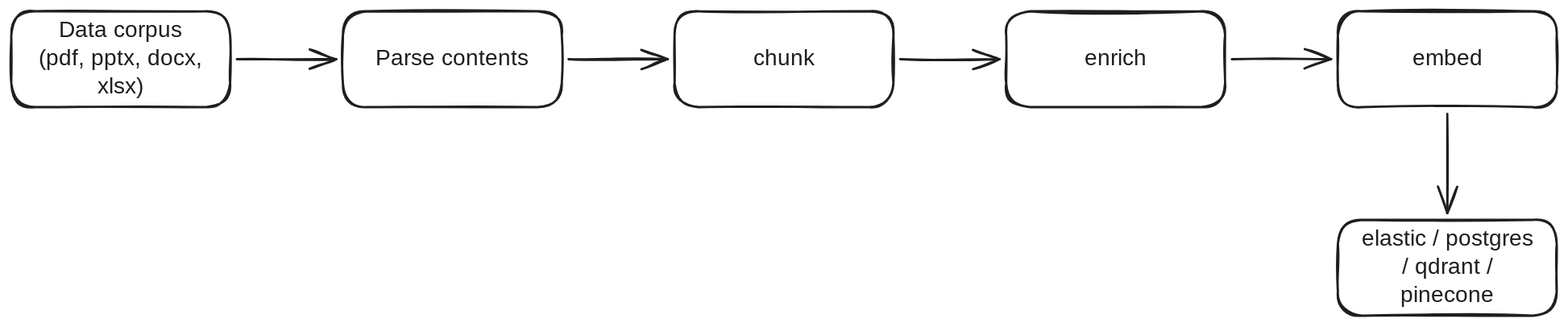
Earlier version of the Excalidraw export lakehouse/.excalidraw.svg (tshrv/lake-forge). Source tidied: one line per element, renumbered; positions are measured from the earlier drawing's top-left corner, leaving out a move shared by most shapes. Source of this version:
```json
{"id": 0, "type": "rectangle", "strokeColor": "#1e1e1e", "strokeWidth": 2, "roughness": 1, "round": true, "x": 0, "y": 0, "width": 194, "height": 85}
{"id": 1, "type": "text", "text": "Data corpus\n(pdf, pptx, docx,\nxlsx)", "strokeColor": "#1e1e1e", "strokeWidth": 2, "roughness": 1, "fontSize": 20, "fontFamily": 5, "textAlign": "center", "verticalAlign": "middle", "inside": 0, "x": 15, "y": 5, "width": 163, "height": 75}
{"id": 2, "type": "rectangle", "strokeColor": "#1e1e1e", "strokeWidth": 2, "roughness": 1, "round": true, "x": 294, "y": 0, "width": 194, "height": 85}
{"id": 3, "type": "text", "text": "Parse contents", "strokeColor": "#1e1e1e", "strokeWidth": 2, "roughness": 1, "fontSize": 20, "fontFamily": 5, "textAlign": "center", "verticalAlign": "middle", "inside": 2, "x": 316, "y": 30, "width": 149, "height": 25}
{"id": 4, "type": "arrow", "strokeColor": "#1e1e1e", "strokeWidth": 2, "roughness": 1, "endArrowhead": "arrow", "from": 0, "to": 2, "x": 200, "y": 42, "width": 88, "height": 0, "points": [[0, 0], [88, 0]]}
{"id": 5, "type": "rectangle", "strokeColor": "#1e1e1e", "strokeWidth": 2, "roughness": 1, "round": true, "x": 588, "y": 0, "width": 194, "height": 85}
{"id": 6, "type": "text", "text": "chunk", "strokeColor": "#1e1e1e", "strokeWidth": 2, "roughness": 1, "fontSize": 20, "fontFamily": 5, "textAlign": "center", "verticalAlign": "middle", "inside": 5, "x": 658, "y": 30, "width": 54, "height": 25}
{"id": 7, "type": "arrow", "strokeColor": "#1e1e1e", "strokeWidth": 2, "roughness": 1, "endArrowhead": "arrow", "from": 2, "to": 5, "x": 494, "y": 42, "width": 88, "height": 0, "points": [[0, 0], [88, 0]]}
{"id": 8, "type": "rectangle", "strokeColor": "#1e1e1e", "strokeWidth": 2, "roughness": 1, "round": true, "x": 882, "y": 0, "width": 194, "height": 85}
{"id": 9, "type": "text", "text": "enrich", "strokeColor": "#1e1e1e", "strokeWidth": 2, "roughness": 1, "fontSize": 20, "fontFamily": 5, "textAlign": "center", "verticalAlign": "middle", "inside": 8, "x": 951, "y": 30, "width": 56, "height": 25}
{"id": 10, "type": "arrow", "strokeColor": "#1e1e1e", "strokeWidth": 2, "roughness": 1, "endArrowhead": "arrow", "from": 5, "to": 8, "x": 788, "y": 42, "width": 88, "height": 0, "points": [[0, 0], [88, 0]]}
{"id": 11, "type": "rectangle", "strokeColor": "#1e1e1e", "strokeWidth": 2, "roughness": 1, "round": true, "x": 1176, "y": 0, "width": 194, "height": 85}
{"id": 12, "type": "text", "text": "embed", "strokeColor": "#1e1e1e", "strokeWidth": 2, "roughness": 1, "fontSize": 20, "fontFamily": 5, "textAlign": "center", "verticalAlign": "middle", "inside": 11, "x": 1244, "y": 30, "width": 58, "height": 25}
{"id": 13, "type": "arrow", "strokeColor": "#1e1e1e", "strokeWidth": 2, "roughness": 1, "endArrowhead": "arrow", "from": 8, "to": 11, "x": 1082, "y": 42, "width": 88, "height": 0, "points": [[0, 0], [88, 0]]}
{"id": 14, "type": "rectangle", "strokeColor": "#1e1e1e", "strokeWidth": 2, "roughness": 1, "round": true, "x": 1176, "y": 185, "width": 194, "height": 85}
{"id": 15, "type": "text", "text": "elastic / postgres\n/ qdrant /\npinecone", "strokeColor": "#1e1e1e", "strokeWidth": 2, "roughness": 1, "fontSize": 20, "fontFamily": 5, "textAlign": "center", "verticalAlign": "middle", "inside": 14, "x": 1185, "y": 190, "width": 176, "height": 75}
{"id": 16, "type": "arrow", "strokeColor": "#1e1e1e", "strokeWidth": 2, "roughness": 1, "endArrowhead": "arrow", "from": 11, "to": 14, "x": 1273, "y": 91, "width": 0, "height": 88, "points": [[0, 0], [0, 88]]}
```
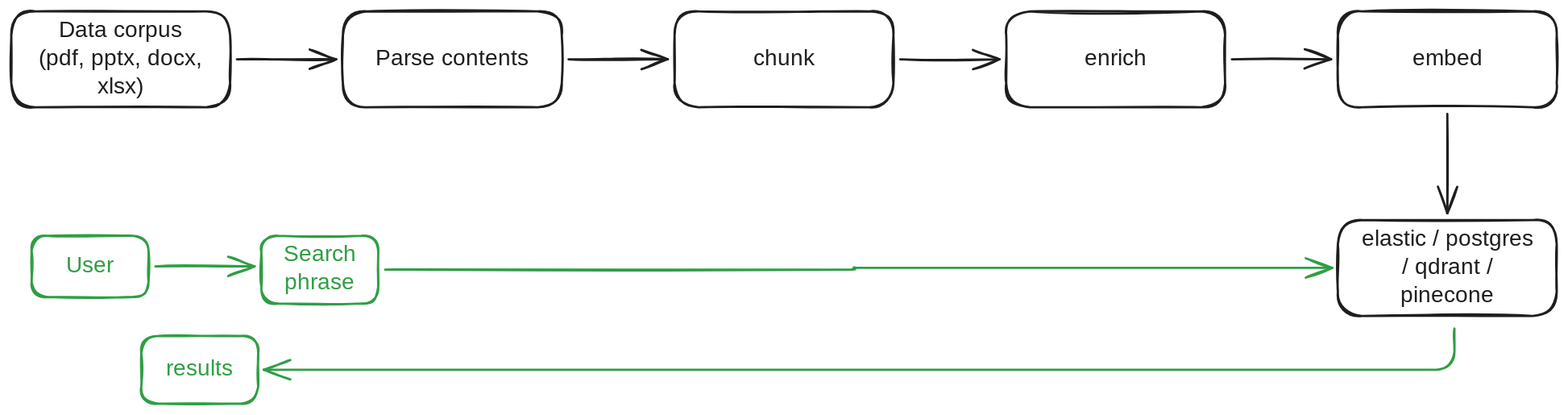
Later version of the same file.

Change to the diagram source:
```diff
@@ -15,3 +15,12 @@
 {"id": 14, "type": "rectangle", "strokeColor": "#1e1e1e", "strokeWidth": 2, "roughness": 1, "round": true, "x": 1176, "y": 185, "width": 194, "height": 85}
 {"id": 15, "type": "text", "text": "elastic / postgres\n/ qdrant /\npinecone", "strokeColor": "#1e1e1e", "strokeWidth": 2, "roughness": 1, "fontSize": 20, "fontFamily": 5, "textAlign": "center", "verticalAlign": "middle", "inside": 14, "x": 1185, "y": 190, "width": 176, "height": 75}
 {"id": 16, "type": "arrow", "strokeColor": "#1e1e1e", "strokeWidth": 2, "roughness": 1, "endArrowhead": "arrow", "from": 11, "to": 14, "x": 1273, "y": 91, "width": 0, "height": 88, "points": [[0, 0], [0, 88]]}
+{"id": 17, "type": "rectangle", "strokeColor": "#2f9e44", "strokeWidth": 2, "roughness": 1, "round": true, "x": 18, "y": 199, "width": 104, "height": 54}
+{"id": 18, "type": "text", "text": "User", "strokeColor": "#2f9e44", "strokeWidth": 2, "roughness": 1, "fontSize": 20, "fontFamily": 5, "textAlign": "center", "verticalAlign": "middle", "inside": 17, "x": 48, "y": 214, "width": 44, "height": 25}
+{"id": 19, "type": "rectangle", "strokeColor": "#2f9e44", "strokeWidth": 2, "roughness": 1, "round": true, "x": 222, "y": 199, "width": 104, "height": 60}
+{"id": 20, "type": "text", "text": "Search\nphrase", "strokeColor": "#2f9e44", "strokeWidth": 2, "roughness": 1, "fontSize": 20, "fontFamily": 5, "textAlign": "center", "verticalAlign": "middle", "inside": 19, "x": 241, "y": 204, "width": 64, "height": 50}
+{"id": 21, "type": "arrow", "strokeColor": "#2f9e44", "strokeWidth": 2, "roughness": 1, "endArrowhead": "arrow", "from": 17, "to": 19, "x": 128, "y": 226, "width": 88, "height": 0, "points": [[0, 0], [88, 0]]}
+{"id": 22, "type": "arrow", "strokeColor": "#2f9e44", "strokeWidth": 2, "roughness": 1, "endArrowhead": "arrow", "from": 19, "x": 331, "y": 229, "width": 840, "height": 2, "points": [[0, 0], [416, 0], [416, -2], [840, -2]]}
+{"id": 23, "type": "rectangle", "strokeColor": "#2f9e44", "strokeWidth": 2, "roughness": 1, "round": true, "x": 115, "y": 288, "width": 104, "height": 60}
+{"id": 24, "type": "text", "text": "results", "strokeColor": "#2f9e44", "strokeWidth": 2, "roughness": 1, "fontSize": 20, "fontFamily": 5, "textAlign": "center", "verticalAlign": "middle", "inside": 23, "x": 134, "y": 305, "width": 67, "height": 25}
+{"id": 25, "type": "arrow", "strokeColor": "#2f9e44", "strokeWidth": 2, "roughness": 1, "endArrowhead": "arrow", "from": 14, "to": 23, "x": 1279, "y": 281, "width": 1055, "height": 36, "points": [[0, 0], [0, 36], [-1055, 36]]}
```
